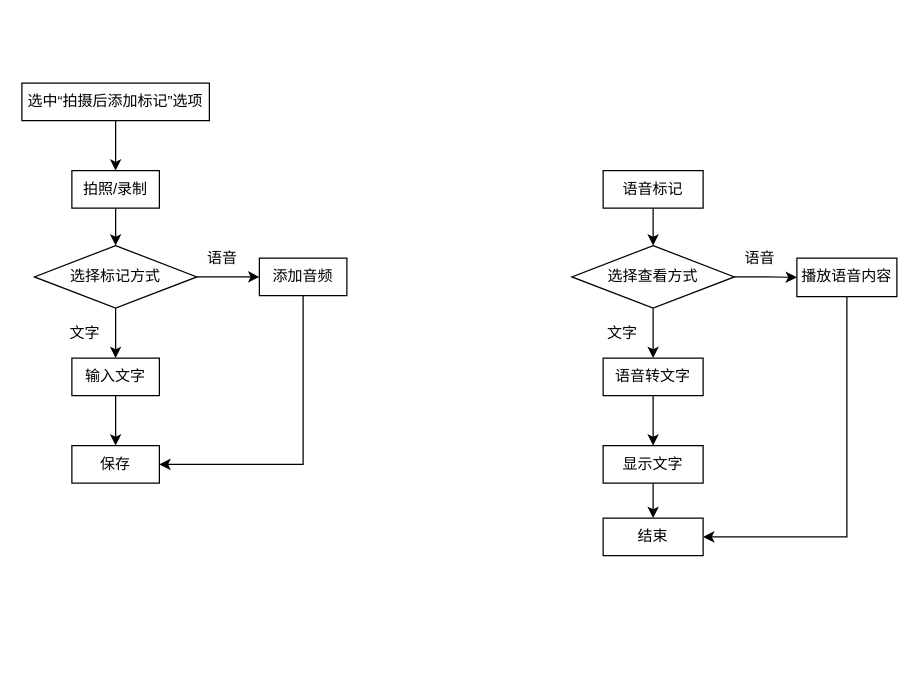
Earlier version of the draw.io diagram page "第 5 页" (5 of 6) of 影像快速标记.drawio (fengli-git/storehouse). Source tidied: cells renumbered, new cells numbered last; positions are measured from the earlier drawing's top-left corner, leaving out a move shared by most shapes. Both pictures are drawn from the tidied source at 125%, with x=0, y=0 at pixel (21, 82).
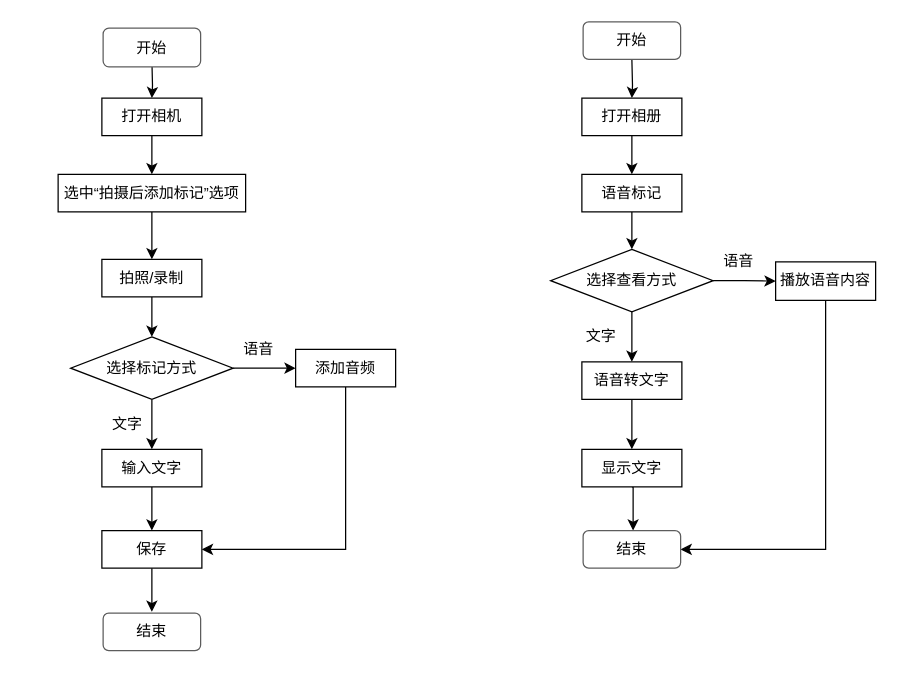
Above is the later version.

The edit, as a diff of the source:
```diff
@@
     <mxCell id="3" value="拍照/录制" style="rounded=0;whiteSpace=wrap;html=1;" parent="1" vertex="1">
-      <mxGeometry x="40" y="70" width="70" height="30" as="geometry" />
+      <mxGeometry x="64" y="141" width="80" height="30" as="geometry" />
     </mxCell>
@@
     <mxCell id="6" value="选择标记方式" style="rhombus;whiteSpace=wrap;html=1;" parent="1" vertex="1">
-      <mxGeometry x="10" y="130" width="130" height="50" as="geometry" />
+      <mxGeometry x="39" y="203" width="130" height="50" as="geometry" />
     </mxCell>
@@
     <mxCell id="8" value="添加音频" style="rounded=0;whiteSpace=wrap;html=1;" parent="1" vertex="1">
-      <mxGeometry x="190" y="140" width="70" height="30" as="geometry" />
+      <mxGeometry x="219" y="213" width="80" height="30" as="geometry" />
     </mxCell>
     <mxCell id="9" value="语音" style="text;html=1;align=center;verticalAlign=middle;strokeColor=none;" parent="1" vertex="1">
-      <mxGeometry x="140" y="130" width="40" height="20" as="geometry" />
+      <mxGeometry x="169" y="203" width="40" height="20" as="geometry" />
     </mxCell>
-    <mxCell id="10" style="edgeStyle=orthogonalEdgeStyle;rounded=0;jettySize=auto;html=1;exitX=0.5;exitY=1;exitDx=0;exitDy=0;" parent="1" edge="1" source="11">
-      <mxGeometry relative="1" as="geometry">
-        <mxPoint x="75" y="290" as="targetPoint" />
-      </mxGeometry>
-    </mxCell>
+    <mxCell id="30" style="edgeStyle=orthogonalEdgeStyle;rounded=0;jettySize=auto;html=1;exitX=0.5;exitY=1;exitDx=0;exitDy=0;entryX=0.5;entryY=0;entryDx=0;entryDy=0;" parent="1" edge="1" source="11" target="13">
+      <mxGeometry relative="1" as="geometry" />
+    </mxCell>
     <mxCell id="11" value="输入文字" style="rounded=0;whiteSpace=wrap;html=1;" parent="1" vertex="1">
-      <mxGeometry x="40" y="220" width="70" height="30" as="geometry" />
+      <mxGeometry x="64" y="293" width="80" height="30" as="geometry" />
     </mxCell>
     <mxCell id="12" value="文字" style="text;html=1;align=center;verticalAlign=middle;strokeColor=none;" parent="1" vertex="1">
-      <mxGeometry x="30" y="190" width="40" height="20" as="geometry" />
+      <mxGeometry x="64" y="263" width="40" height="20" as="geometry" />
     </mxCell>
+    <mxCell id="31" style="edgeStyle=orthogonalEdgeStyle;rounded=0;jettySize=auto;html=1;exitX=0.5;exitY=1;exitDx=0;exitDy=0;entryX=0.5;entryY=0;entryDx=0;entryDy=0;" parent="1" edge="1" source="13">
+      <mxGeometry relative="1" as="geometry">
+        <mxPoint x="104" y="423" as="targetPoint" />
+      </mxGeometry>
+    </mxCell>
     <mxCell id="13" value="保存" style="rounded=0;whiteSpace=wrap;html=1;" parent="1" vertex="1">
-      <mxGeometry x="40" y="290" width="70" height="30" as="geometry" />
+      <mxGeometry x="64" y="358" width="80" height="30" as="geometry" />
     </mxCell>
@@
     <mxCell id="15" value="选中“拍摄后添加标记”选项" style="rounded=0;whiteSpace=wrap;html=1;" parent="1" vertex="1">
-      <mxGeometry width="150" height="30" as="geometry" />
+      <mxGeometry x="29" y="73" width="150" height="30" as="geometry" />
     </mxCell>
     <mxCell id="16" style="edgeStyle=orthogonalEdgeStyle;rounded=0;jettySize=auto;html=1;exitX=0.5;exitY=1;exitDx=0;exitDy=0;entryX=0.5;entryY=0;entryDx=0;entryDy=0;" parent="1" edge="1" target="19">
       <mxGeometry relative="1" as="geometry">
-        <mxPoint x="505" y="100" as="sourcePoint" />
+        <mxPoint x="488" y="103" as="sourcePoint" />
       </mxGeometry>
     </mxCell>
@@
     <mxCell id="19" value="选择查看方式" style="rhombus;whiteSpace=wrap;html=1;" parent="1" vertex="1">
-      <mxGeometry x="440" y="130" width="130" height="50" as="geometry" />
+      <mxGeometry x="423" y="133" width="130" height="50" as="geometry" />
     </mxCell>
-    <mxCell id="20" style="edgeStyle=orthogonalEdgeStyle;rounded=0;jettySize=auto;html=1;exitX=0.5;exitY=1;exitDx=0;exitDy=0;entryX=1;entryY=0.5;entryDx=0;entryDy=0;" parent="1" edge="1" source="21" target="29">
-      <mxGeometry relative="1" as="geometry" />
-    </mxCell>
+    <mxCell id="32" style="edgeStyle=orthogonalEdgeStyle;rounded=0;jettySize=auto;html=1;exitX=0.5;exitY=1;exitDx=0;exitDy=0;entryX=1;entryY=0.5;entryDx=0;entryDy=0;" parent="1" edge="1" source="21" target="42">
+      <mxGeometry relative="1" as="geometry" />
+    </mxCell>
     <mxCell id="21" value="播放语音内容" style="rounded=0;whiteSpace=wrap;html=1;" parent="1" vertex="1">
-      <mxGeometry x="620" y="140" width="80" height="30.8" as="geometry" />
+      <mxGeometry x="603" y="143" width="80" height="30.8" as="geometry" />
     </mxCell>
     <mxCell id="22" value="语音" style="text;html=1;align=center;verticalAlign=middle;strokeColor=none;" parent="1" vertex="1">
-      <mxGeometry x="570" y="130" width="40" height="20" as="geometry" />
+      <mxGeometry x="553" y="133" width="40" height="20" as="geometry" />
     </mxCell>
     <mxCell id="23" style="edgeStyle=orthogonalEdgeStyle;rounded=0;jettySize=auto;html=1;exitX=0.5;exitY=1;exitDx=0;exitDy=0;" parent="1" edge="1" source="24">
       <mxGeometry relative="1" as="geometry">
-        <mxPoint x="505" y="290" as="targetPoint" />
+        <mxPoint x="488" y="293" as="targetPoint" />
       </mxGeometry>
     </mxCell>
     <mxCell id="24" value="语音转文字" style="rounded=0;whiteSpace=wrap;html=1;" parent="1" vertex="1">
-      <mxGeometry x="465" y="220" width="80" height="30" as="geometry" />
+      <mxGeometry x="448" y="223" width="80" height="30" as="geometry" />
     </mxCell>
     <mxCell id="25" value="文字" style="text;html=1;align=center;verticalAlign=middle;strokeColor=none;" parent="1" vertex="1">
-      <mxGeometry x="460" y="190" width="40" height="20" as="geometry" />
+      <mxGeometry x="443" y="193" width="40" height="20" as="geometry" />
     </mxCell>
-    <mxCell id="26" style="edgeStyle=orthogonalEdgeStyle;rounded=0;jettySize=auto;html=1;exitX=0.5;exitY=1;exitDx=0;exitDy=0;entryX=0.5;entryY=0;entryDx=0;entryDy=0;" parent="1" edge="1" source="27" target="29">
-      <mxGeometry relative="1" as="geometry" />
+    <mxCell id="26" style="edgeStyle=orthogonalEdgeStyle;rounded=0;jettySize=auto;html=1;exitX=0.5;exitY=1;exitDx=0;exitDy=0;entryX=0.5;entryY=0;entryDx=0;entryDy=0;" parent="1" edge="1" source="27">
+      <mxGeometry relative="1" as="geometry">
+        <mxPoint x="489" y="358" as="targetPoint" />
+      </mxGeometry>
     </mxCell>
     <mxCell id="27" value="显示文字" style="rounded=0;whiteSpace=wrap;html=1;" parent="1" vertex="1">
-      <mxGeometry x="465" y="290" width="80" height="30" as="geometry" />
+      <mxGeometry x="448" y="293" width="80" height="30" as="geometry" />
     </mxCell>
     <mxCell id="28" value="语音标记" style="rounded=0;whiteSpace=wrap;html=1;" parent="1" vertex="1">
-      <mxGeometry x="465" y="70" width="80" height="30" as="geometry" />
+      <mxGeometry x="448" y="73" width="80" height="30" as="geometry" />
     </mxCell>
-    <mxCell id="29" value="结束" style="rounded=0;whiteSpace=wrap;html=1;" parent="1" vertex="1">
-      <mxGeometry x="465" y="348" width="80" height="30" as="geometry" />
-    </mxCell>
+    <mxCell id="33" style="edgeStyle=orthogonalEdgeStyle;rounded=0;jettySize=auto;html=1;exitX=0.5;exitY=1;exitDx=0;exitDy=0;entryX=0.5;entryY=0;entryDx=0;entryDy=0;" parent="1" edge="1" source="34" target="15">
+      <mxGeometry relative="1" as="geometry" />
+    </mxCell>
+    <mxCell id="34" value="打开相机" style="rounded=0;whiteSpace=wrap;html=1;" parent="1" vertex="1">
+      <mxGeometry x="64" y="12" width="80" height="30" as="geometry" />
+    </mxCell>
+    <mxCell id="35" style="edgeStyle=orthogonalEdgeStyle;rounded=0;jettySize=auto;html=1;exitX=0.5;exitY=1;exitDx=0;exitDy=0;" parent="1" edge="1" target="34">
+      <mxGeometry relative="1" as="geometry">
+        <mxPoint x="104" y="-19" as="sourcePoint" />
+      </mxGeometry>
+    </mxCell>
+    <mxCell id="36" style="edgeStyle=orthogonalEdgeStyle;rounded=0;jettySize=auto;html=1;exitX=0.5;exitY=1;exitDx=0;exitDy=0;" parent="1" edge="1" target="37">
+      <mxGeometry relative="1" as="geometry">
+        <mxPoint x="488" y="-19" as="sourcePoint" />
+      </mxGeometry>
+    </mxCell>
+    <mxCell id="37" value="打开相册" style="rounded=0;whiteSpace=wrap;html=1;" parent="1" vertex="1">
+      <mxGeometry x="448" y="12" width="80" height="30" as="geometry" />
+    </mxCell>
+    <mxCell id="38" style="edgeStyle=orthogonalEdgeStyle;rounded=0;jettySize=auto;html=1;exitX=0.5;exitY=1;exitDx=0;exitDy=0;entryX=0.5;entryY=0;entryDx=0;entryDy=0;" parent="1" edge="1" source="37">
+      <mxGeometry relative="1" as="geometry">
+        <mxPoint x="488" y="73" as="targetPoint" />
+      </mxGeometry>
+    </mxCell>
+    <mxCell id="39" value="开始" style="rounded=1;whiteSpace=wrap;html=1;strokeColor=#5C5C5C;strokeWidth=1;" parent="1" vertex="1">
+      <mxGeometry x="65" y="-44" width="78" height="31" as="geometry" />
+    </mxCell>
+    <mxCell id="40" value="结束" style="rounded=1;whiteSpace=wrap;html=1;strokeColor=#5C5C5C;strokeWidth=1;" parent="1" vertex="1">
+      <mxGeometry x="65" y="424" width="78" height="30" as="geometry" />
+    </mxCell>
+    <mxCell id="41" value="开始" style="rounded=1;whiteSpace=wrap;html=1;strokeColor=#5C5C5C;strokeWidth=1;" parent="1" vertex="1">
+      <mxGeometry x="449" y="-49" width="78" height="30" as="geometry" />
+    </mxCell>
+    <mxCell id="42" value="结束" style="rounded=1;whiteSpace=wrap;html=1;strokeColor=#5C5C5C;strokeWidth=1;" parent="1" vertex="1">
+      <mxGeometry x="449" y="358" width="78" height="30" as="geometry" />
+    </mxCell>
```
